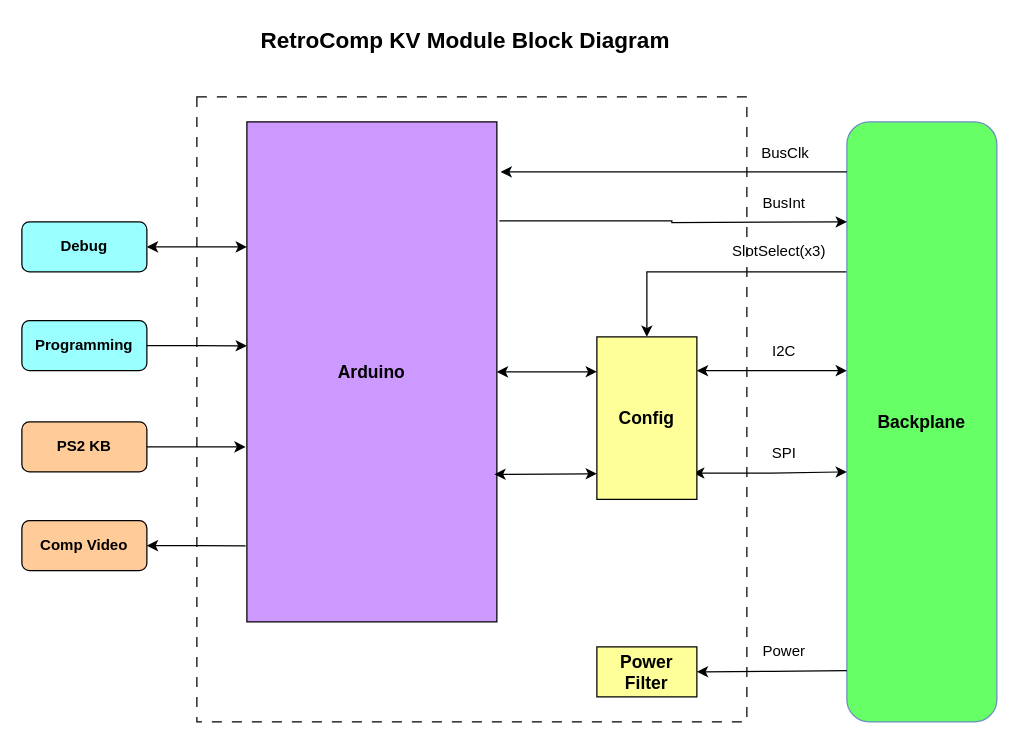
dervish77/RetroComp keeps this draw.io diagram as docs/RetroComp-KV-Block-Diagram.drawio. Above is the earlier version. Source tidied: cells renumbered, new cells numbered last; positions are measured from the earlier drawing's top-left corner, leaving out a move shared by most shapes. Both pictures are drawn from the tidied source at 125%, with x=0, y=0 at pixel (21, 21).
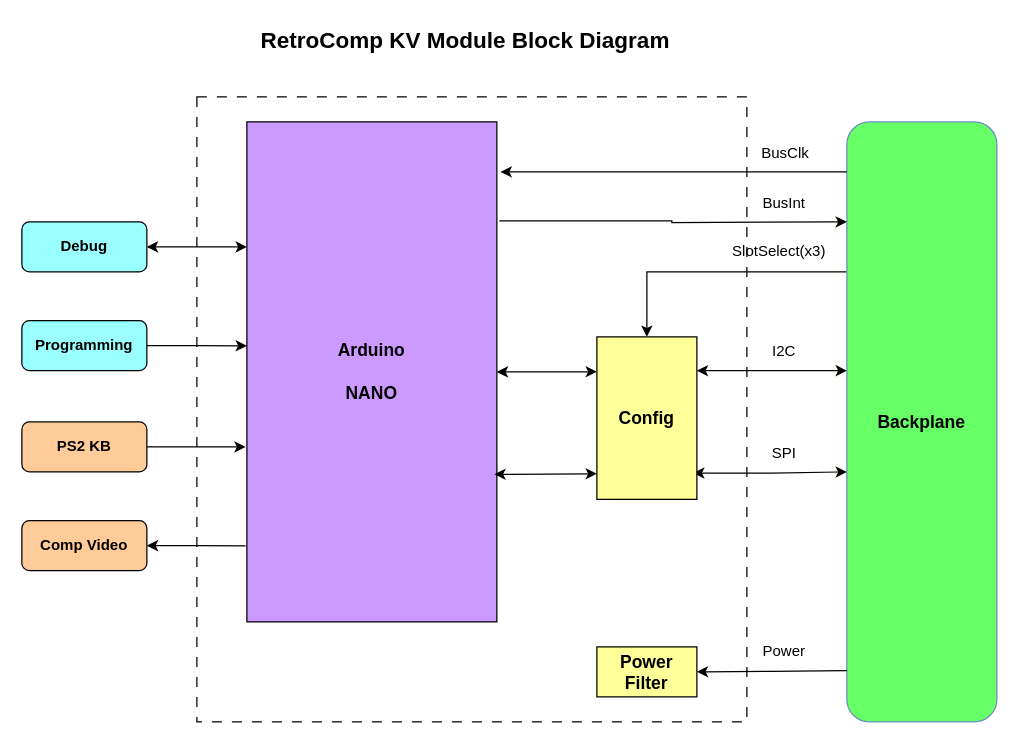
After the change.

Commit message (it also covers changes not shown here):
modified diagrams to reflect using arduino nano instead of uno

Diff of the diagram source:
```diff
@@
-    <mxCell id="7" value="&lt;span style=&quot;font-size: 14px;&quot;&gt;&lt;b&gt;Arduino&lt;/b&gt;&lt;/span&gt;" style="rounded=0;whiteSpace=wrap;html=1;fillColor=#CC99FF;" parent="1" vertex="1">
+    <mxCell id="7" value="&lt;span style=&quot;font-size: 14px;&quot;&gt;&lt;b&gt;Arduino&lt;/b&gt;&lt;/span&gt;&lt;div&gt;&lt;span style=&quot;font-size: 14px;&quot;&gt;&lt;b&gt;&lt;br&gt;&lt;/b&gt;&lt;/span&gt;&lt;/div&gt;&lt;div&gt;&lt;span style=&quot;font-size: 14px;&quot;&gt;&lt;b&gt;NANO&lt;/b&gt;&lt;/span&gt;&lt;/div&gt;" style="rounded=0;whiteSpace=wrap;html=1;fillColor=#CC99FF;" parent="1" vertex="1">
       <mxGeometry x="180" y="80" width="200" height="400" as="geometry" />
     </mxCell>
```
